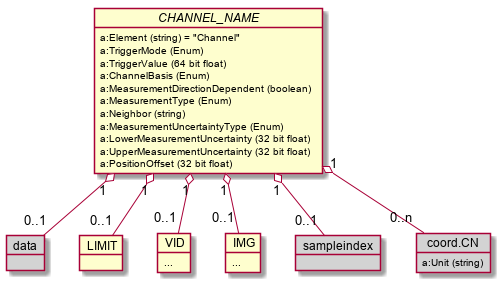
Above: images/generated/rcmdx_channel_group.png in OpenRailAssociation/rcm-dx (PlantUML), before the change.
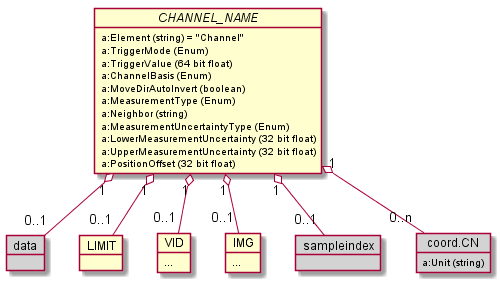
Above is the later version.

Change to the diagram source:
```diff
@@ -4,7 +4,7 @@
     a:TriggerMode (Enum)
     a:TriggerValue (64 bit float)
     a:ChannelBasis (Enum)
-    a:MeasurementDirectionDependent (boolean)
+    a:MoveDirAutoInvert (boolean)
     a:MeasurementType (Enum)
     a:Neighbor (string)
     a:MeasurementUncertaintyType (Enum)
```
